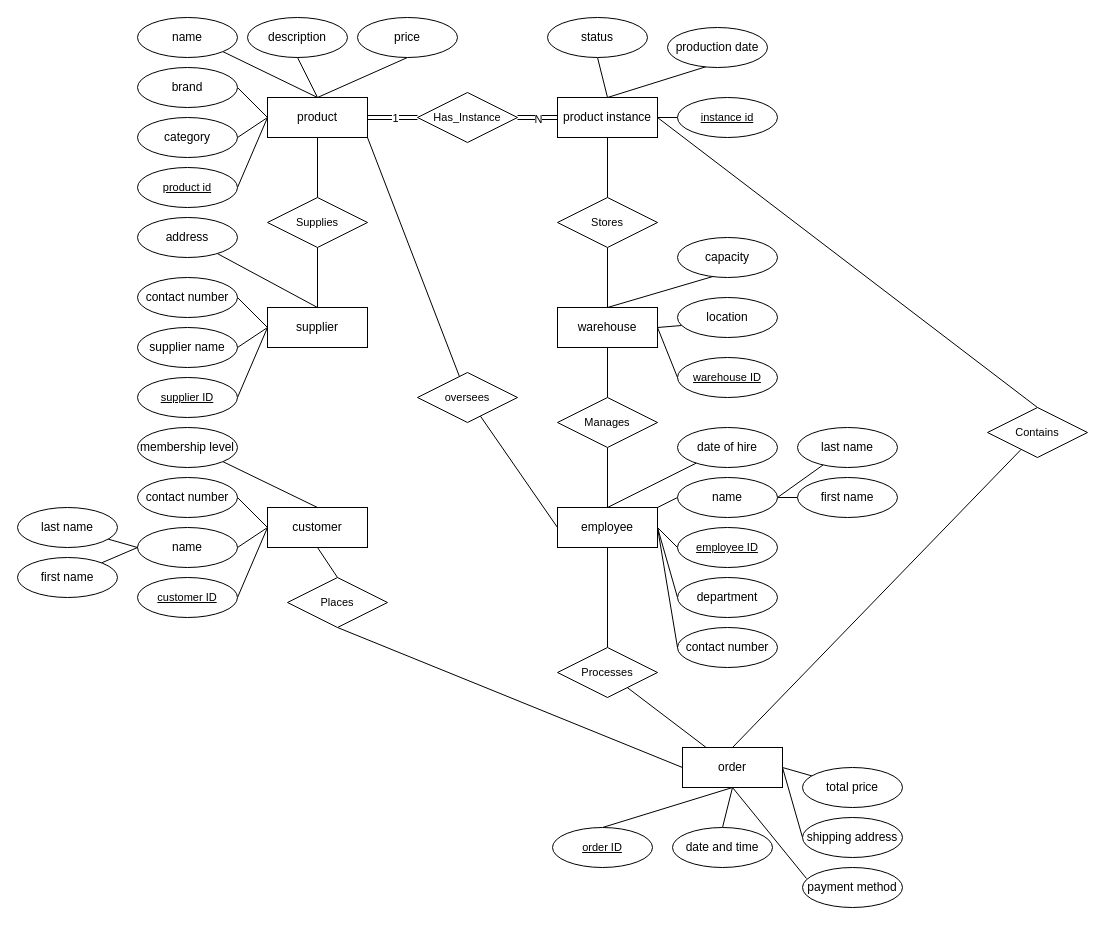
The draw.io diagram ERD/a1q1.drawio in Yixuan519Lu/COMP9311, before the edit. Source tidied: cells renumbered, new cells numbered last; positions are measured from the earlier drawing's top-left corner, leaving out a move shared by most shapes. Both pictures are drawn from the tidied source at 100%, with x=0, y=0 at pixel (17, 17).
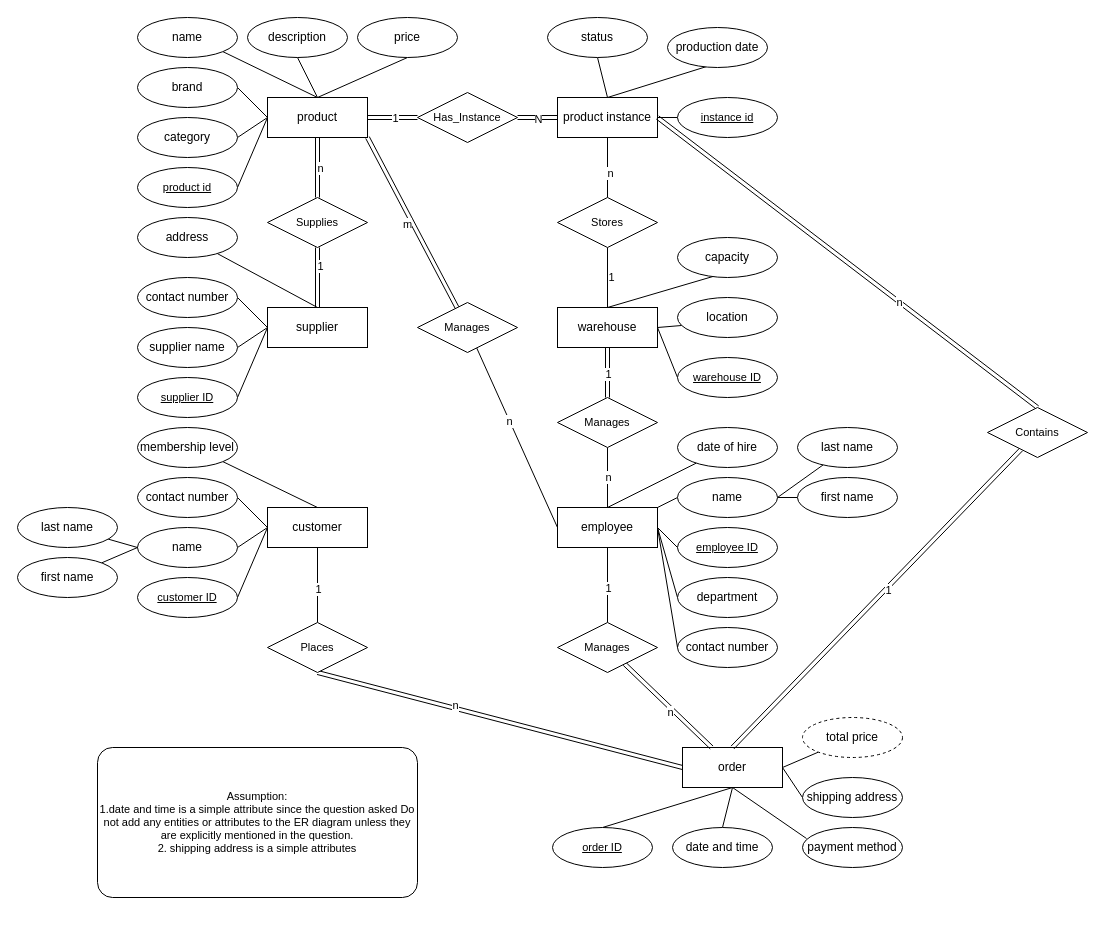
After the change.

The change refers to these unchanged cells:
```xml
<mxCell id="2" value="product" style="whiteSpace=wrap;html=1;align=center;" parent="1" vertex="1">
  <mxGeometry x="250" y="80" width="100" height="40" as="geometry" />
</mxCell>
<mxCell id="22" value="warehouse" style="whiteSpace=wrap;html=1;align=center;" parent="1" vertex="1">
  <mxGeometry x="540" y="290" width="100" height="40" as="geometry" />
</mxCell>
<mxCell id="29" value="supplier" style="whiteSpace=wrap;html=1;align=center;" parent="1" vertex="1">
  <mxGeometry x="250" y="290" width="100" height="40" as="geometry" />
</mxCell>
<mxCell id="47" value="order" style="whiteSpace=wrap;html=1;align=center;" parent="1" vertex="1">
  <mxGeometry x="665" y="730" width="100" height="40" as="geometry" />
</mxCell>
<mxCell id="83" value="Supplies" style="shape=rhombus;perimeter=rhombusPerimeter;whiteSpace=wrap;html=1;align=center;fontFamily=Helvetica;fontSize=11;fontColor=default;labelBackgroundColor=default;" parent="1" vertex="1">
  <mxGeometry x="250" y="180" width="100" height="50" as="geometry" />
</mxCell>
<mxCell id="84" style="edgeStyle=none;rounded=0;jumpStyle=none;jettySize=auto;html=1;entryX=0.5;entryY=1;entryDx=0;entryDy=0;strokeColor=default;align=center;verticalAlign=middle;fontFamily=Helvetica;fontSize=11;fontColor=default;labelBackgroundColor=default;endArrow=none;endFill=0;exitX=0.5;exitY=0;exitDx=0;exitDy=0;" parent="1" edge="1" source="86" target="38">
  <mxGeometry relative="1" as="geometry" />
</mxCell>
<mxCell id="88" style="edgeStyle=none;rounded=0;jumpStyle=none;jettySize=auto;html=1;entryX=0.5;entryY=1;entryDx=0;entryDy=0;strokeColor=default;align=center;verticalAlign=middle;fontFamily=Helvetica;fontSize=11;fontColor=default;labelBackgroundColor=default;endArrow=none;endFill=0;" parent="1" edge="1" source="89" target="62">
  <mxGeometry relative="1" as="geometry" />
</mxCell>
<mxCell id="91" style="edgeStyle=none;rounded=0;jumpStyle=none;jettySize=auto;html=1;entryX=0.5;entryY=0;entryDx=0;entryDy=0;strokeColor=default;align=center;verticalAlign=middle;fontFamily=Helvetica;fontSize=11;fontColor=default;labelBackgroundColor=default;endArrow=none;endFill=0;" parent="1" edge="1" source="92" target="62">
  <mxGeometry relative="1" as="geometry" />
</mxCell>
<mxCell id="92" value="Manages" style="shape=rhombus;perimeter=rhombusPerimeter;whiteSpace=wrap;html=1;align=center;fontFamily=Helvetica;fontSize=11;fontColor=default;labelBackgroundColor=default;" parent="1" vertex="1">
  <mxGeometry x="540" y="380" width="100" height="50" as="geometry" />
</mxCell>
<mxCell id="93" style="edgeStyle=none;rounded=0;jumpStyle=none;jettySize=auto;html=1;entryX=0.5;entryY=1;entryDx=0;entryDy=0;strokeColor=default;align=center;verticalAlign=middle;fontFamily=Helvetica;fontSize=11;fontColor=default;labelBackgroundColor=default;endArrow=none;endFill=0;" parent="1" edge="1" source="95" target="15">
  <mxGeometry relative="1" as="geometry" />
</mxCell>
<mxCell id="94" style="edgeStyle=none;rounded=0;jumpStyle=none;jettySize=auto;html=1;entryX=0.5;entryY=0;entryDx=0;entryDy=0;strokeColor=default;align=center;verticalAlign=middle;fontFamily=Helvetica;fontSize=11;fontColor=default;labelBackgroundColor=default;endArrow=none;endFill=0;" parent="1" edge="1" source="95" target="22">
  <mxGeometry relative="1" as="geometry" />
</mxCell>
<mxCell id="99" value="Contains" style="shape=rhombus;perimeter=rhombusPerimeter;whiteSpace=wrap;html=1;align=center;fontFamily=Helvetica;fontSize=11;fontColor=default;labelBackgroundColor=default;" parent="1" vertex="1">
  <mxGeometry x="970" y="390" width="100" height="50" as="geometry" />
</mxCell>
<mxCell id="100" style="edgeStyle=none;rounded=0;jumpStyle=none;jettySize=auto;html=1;entryX=0;entryY=0.5;entryDx=0;entryDy=0;strokeColor=default;align=center;verticalAlign=middle;fontFamily=Helvetica;fontSize=11;fontColor=default;labelBackgroundColor=default;endArrow=none;endFill=0;" parent="1" edge="1" source="102" target="62">
  <mxGeometry relative="1" as="geometry" />
</mxCell>
```

Change to the diagram source:
```diff
@@
     <mxCell id="49" value="shipping address" style="ellipse;whiteSpace=wrap;html=1;align=center;" parent="1" vertex="1">
-      <mxGeometry x="785" y="800" width="100" height="40" as="geometry" />
+      <mxGeometry x="785" y="760" width="100" height="40" as="geometry" />
     </mxCell>
@@
     <mxCell id="51" value="payment method" style="ellipse;whiteSpace=wrap;html=1;align=center;" parent="1" vertex="1">
-      <mxGeometry x="785" y="850" width="100" height="40" as="geometry" />
+      <mxGeometry x="785" y="810" width="100" height="40" as="geometry" />
     </mxCell>
@@
-    <mxCell id="61" value="total price" style="ellipse;whiteSpace=wrap;html=1;align=center;" parent="1" vertex="1">
-      <mxGeometry x="785" y="750" width="100" height="40" as="geometry" />
+    <mxCell id="61" value="total price" style="ellipse;whiteSpace=wrap;html=1;align=center;dashed=1;" parent="1" vertex="1">
+      <mxGeometry x="785" y="700" width="100" height="40" as="geometry" />
     </mxCell>
@@
-    <mxCell id="81" style="edgeStyle=none;rounded=0;jumpStyle=none;jettySize=auto;html=1;entryX=0.5;entryY=0;entryDx=0;entryDy=0;strokeColor=default;align=center;verticalAlign=middle;fontFamily=Helvetica;fontSize=11;fontColor=default;labelBackgroundColor=default;endArrow=none;endFill=0;" parent="1" edge="1" source="83" target="29">
+    <mxCell id="81" style="edgeStyle=none;rounded=0;jumpStyle=none;jettySize=auto;html=1;entryX=0.5;entryY=0;entryDx=0;entryDy=0;strokeColor=default;align=center;verticalAlign=middle;fontFamily=Helvetica;fontSize=11;fontColor=default;labelBackgroundColor=default;endArrow=none;endFill=0;shape=link;" parent="1" edge="1" source="83" target="29">
       <mxGeometry relative="1" as="geometry" />
     </mxCell>
+    <mxCell id="103" value="1" style="edgeLabel;html=1;align=center;verticalAlign=middle;fontFamily=Helvetica;fontSize=11;fontColor=default;labelBackgroundColor=default;" parent="81" vertex="1">
+      <mxGeometry x="-0.4" y="2" relative="1" as="geometry" />
+    </mxCell>
-    <mxCell id="82" style="edgeStyle=none;rounded=0;jumpStyle=none;jettySize=auto;html=1;entryX=0.5;entryY=1;entryDx=0;entryDy=0;strokeColor=default;align=center;verticalAlign=middle;fontFamily=Helvetica;fontSize=11;fontColor=default;labelBackgroundColor=default;endArrow=none;endFill=0;" parent="1" edge="1" source="83" target="2">
+    <mxCell id="82" style="edgeStyle=none;rounded=0;jumpStyle=none;jettySize=auto;html=1;entryX=0.5;entryY=1;entryDx=0;entryDy=0;strokeColor=default;align=center;verticalAlign=middle;fontFamily=Helvetica;fontSize=11;fontColor=default;labelBackgroundColor=default;endArrow=none;endFill=0;shape=link;" parent="1" edge="1" source="83" target="2">
       <mxGeometry relative="1" as="geometry" />
     </mxCell>
+    <mxCell id="104" value="n" style="edgeLabel;html=1;align=center;verticalAlign=middle;fontFamily=Helvetica;fontSize=11;fontColor=default;labelBackgroundColor=default;" parent="82" vertex="1">
+      <mxGeometry y="-2" relative="1" as="geometry" />
+    </mxCell>
@@
+    <mxCell id="105" value="1" style="edgeLabel;html=1;align=center;verticalAlign=middle;fontFamily=Helvetica;fontSize=11;fontColor=default;labelBackgroundColor=default;" parent="84" vertex="1">
+      <mxGeometry x="-0.09" relative="1" as="geometry" />
+    </mxCell>
-    <mxCell id="85" style="edgeStyle=none;rounded=0;jumpStyle=none;jettySize=auto;html=1;entryX=0;entryY=0.5;entryDx=0;entryDy=0;strokeColor=default;align=center;verticalAlign=middle;fontFamily=Helvetica;fontSize=11;fontColor=default;labelBackgroundColor=default;endArrow=none;endFill=0;exitX=0.5;exitY=1;exitDx=0;exitDy=0;" parent="1" edge="1" source="86" target="47">
+    <mxCell id="85" style="edgeStyle=none;rounded=0;jumpStyle=none;jettySize=auto;html=1;entryX=0;entryY=0.5;entryDx=0;entryDy=0;strokeColor=default;align=center;verticalAlign=middle;fontFamily=Helvetica;fontSize=11;fontColor=default;labelBackgroundColor=default;endArrow=none;endFill=0;exitX=0.5;exitY=1;exitDx=0;exitDy=0;shape=link;" parent="1" edge="1" source="86" target="47">
       <mxGeometry relative="1" as="geometry" />
     </mxCell>
+    <mxCell id="106" value="n" style="edgeLabel;html=1;align=center;verticalAlign=middle;fontFamily=Helvetica;fontSize=11;fontColor=default;labelBackgroundColor=default;" parent="85" vertex="1">
+      <mxGeometry x="-0.25" y="3" relative="1" as="geometry" />
+    </mxCell>
     <mxCell id="86" value="Places" style="shape=rhombus;perimeter=rhombusPerimeter;whiteSpace=wrap;html=1;align=center;fontFamily=Helvetica;fontSize=11;fontColor=default;labelBackgroundColor=default;" parent="1" vertex="1">
-      <mxGeometry x="270" y="560" width="100" height="50" as="geometry" />
+      <mxGeometry x="250" y="605" width="100" height="50" as="geometry" />
     </mxCell>
-    <mxCell id="87" style="edgeStyle=none;rounded=0;jumpStyle=none;jettySize=auto;html=1;strokeColor=default;align=center;verticalAlign=middle;fontFamily=Helvetica;fontSize=11;fontColor=default;labelBackgroundColor=default;endArrow=none;endFill=0;" parent="1" edge="1" source="89" target="47">
+    <mxCell id="87" style="edgeStyle=none;rounded=0;jumpStyle=none;jettySize=auto;html=1;strokeColor=default;align=center;verticalAlign=middle;fontFamily=Helvetica;fontSize=11;fontColor=default;labelBackgroundColor=default;endArrow=none;endFill=0;shape=link;" parent="1" edge="1" source="89" target="47">
       <mxGeometry relative="1" as="geometry" />
     </mxCell>
+    <mxCell id="107" value="n" style="edgeLabel;html=1;align=center;verticalAlign=middle;fontFamily=Helvetica;fontSize=11;fontColor=default;labelBackgroundColor=default;" parent="87" vertex="1">
+      <mxGeometry x="0.09" y="-3" relative="1" as="geometry" />
+    </mxCell>
@@
+    <mxCell id="108" value="1" style="edgeLabel;html=1;align=center;verticalAlign=middle;fontFamily=Helvetica;fontSize=11;fontColor=default;labelBackgroundColor=default;" parent="88" vertex="1">
+      <mxGeometry x="0.28" relative="1" as="geometry">
+        <mxPoint y="13" as="offset" />
+      </mxGeometry>
+    </mxCell>
-    <mxCell id="89" value="Processes" style="shape=rhombus;perimeter=rhombusPerimeter;whiteSpace=wrap;html=1;align=center;fontFamily=Helvetica;fontSize=11;fontColor=default;labelBackgroundColor=default;" parent="1" vertex="1">
-      <mxGeometry x="540" y="630" width="100" height="50" as="geometry" />
+    <mxCell id="89" value="Manages" style="shape=rhombus;perimeter=rhombusPerimeter;whiteSpace=wrap;html=1;align=center;fontFamily=Helvetica;fontSize=11;fontColor=default;labelBackgroundColor=default;" parent="1" vertex="1">
+      <mxGeometry x="540" y="605" width="100" height="50" as="geometry" />
     </mxCell>
-    <mxCell id="90" style="edgeStyle=none;rounded=0;jumpStyle=none;jettySize=auto;html=1;entryX=0.5;entryY=1;entryDx=0;entryDy=0;strokeColor=default;align=center;verticalAlign=middle;fontFamily=Helvetica;fontSize=11;fontColor=default;labelBackgroundColor=default;endArrow=none;endFill=0;" parent="1" edge="1" source="92" target="22">
-      <mxGeometry relative="1" as="geometry" />
+    <mxCell id="90" style="edgeStyle=none;rounded=0;jumpStyle=none;jettySize=auto;html=1;strokeColor=default;align=center;verticalAlign=middle;fontFamily=Helvetica;fontSize=11;fontColor=default;labelBackgroundColor=default;endArrow=none;endFill=0;shape=link;" parent="1" edge="1" source="92">
+      <mxGeometry relative="1" as="geometry">
+        <mxPoint x="590" y="330" as="targetPoint" />
+      </mxGeometry>
     </mxCell>
+    <mxCell id="109" value="1" style="edgeLabel;html=1;align=center;verticalAlign=middle;fontFamily=Helvetica;fontSize=11;fontColor=default;labelBackgroundColor=default;" parent="90" vertex="1">
+      <mxGeometry x="-0.04" y="-4" relative="1" as="geometry">
+        <mxPoint x="-4" as="offset" />
+      </mxGeometry>
+    </mxCell>
@@
+    <mxCell id="110" value="n" style="edgeLabel;html=1;align=center;verticalAlign=middle;fontFamily=Helvetica;fontSize=11;fontColor=default;labelBackgroundColor=default;" parent="91" vertex="1">
+      <mxGeometry x="-0.03" relative="1" as="geometry" />
+    </mxCell>
@@
+    <mxCell id="111" value="n" style="edgeLabel;html=1;align=center;verticalAlign=middle;fontFamily=Helvetica;fontSize=11;fontColor=default;labelBackgroundColor=default;" parent="93" vertex="1">
+      <mxGeometry x="-0.17" y="-2" relative="1" as="geometry" />
+    </mxCell>
@@
+    <mxCell id="112" value="1" style="edgeLabel;html=1;align=center;verticalAlign=middle;fontFamily=Helvetica;fontSize=11;fontColor=default;labelBackgroundColor=default;" parent="94" vertex="1">
+      <mxGeometry x="-0.03" y="3" relative="1" as="geometry" />
+    </mxCell>
@@
-    <mxCell id="97" style="edgeStyle=none;rounded=0;jumpStyle=none;jettySize=auto;html=1;entryX=0.5;entryY=0;entryDx=0;entryDy=0;strokeColor=default;align=center;verticalAlign=middle;fontFamily=Helvetica;fontSize=11;fontColor=default;labelBackgroundColor=default;endArrow=none;endFill=0;" parent="1" edge="1" source="99" target="47">
+    <mxCell id="97" style="edgeStyle=none;rounded=0;jumpStyle=none;jettySize=auto;html=1;entryX=0.5;entryY=0;entryDx=0;entryDy=0;strokeColor=default;align=center;verticalAlign=middle;fontFamily=Helvetica;fontSize=11;fontColor=default;labelBackgroundColor=default;endArrow=none;endFill=0;shape=link;" parent="1" edge="1" source="99" target="47">
       <mxGeometry relative="1" as="geometry" />
     </mxCell>
+    <mxCell id="113" value="1" style="edgeLabel;html=1;align=center;verticalAlign=middle;fontFamily=Helvetica;fontSize=11;fontColor=default;labelBackgroundColor=default;" parent="97" vertex="1">
+      <mxGeometry x="-0.07" y="1" relative="1" as="geometry">
+        <mxPoint y="1" as="offset" />
+      </mxGeometry>
+    </mxCell>
-    <mxCell id="98" style="edgeStyle=none;rounded=0;jumpStyle=none;jettySize=auto;html=1;strokeColor=default;align=center;verticalAlign=middle;fontFamily=Helvetica;fontSize=11;fontColor=default;labelBackgroundColor=default;endArrow=none;endFill=0;exitX=0.5;exitY=0;exitDx=0;exitDy=0;" parent="1" edge="1" source="99">
+    <mxCell id="98" style="edgeStyle=none;rounded=0;jumpStyle=none;jettySize=auto;html=1;strokeColor=default;align=center;verticalAlign=middle;fontFamily=Helvetica;fontSize=11;fontColor=default;labelBackgroundColor=default;endArrow=none;endFill=0;exitX=0.5;exitY=0;exitDx=0;exitDy=0;shape=link;" parent="1" edge="1" source="99">
       <mxGeometry relative="1" as="geometry">
         <mxPoint x="640" y="100" as="targetPoint" />
       </mxGeometry>
     </mxCell>
+    <mxCell id="114" value="n" style="edgeLabel;html=1;align=center;verticalAlign=middle;fontFamily=Helvetica;fontSize=11;fontColor=default;labelBackgroundColor=default;" parent="98" vertex="1">
+      <mxGeometry x="-0.27" relative="1" as="geometry" />
+    </mxCell>
@@
+    <mxCell id="115" value="n" style="edgeLabel;html=1;align=center;verticalAlign=middle;fontFamily=Helvetica;fontSize=11;fontColor=default;labelBackgroundColor=default;" parent="100" vertex="1">
+      <mxGeometry x="-0.19" y="-1" relative="1" as="geometry" />
+    </mxCell>
-    <mxCell id="101" style="edgeStyle=none;rounded=0;jumpStyle=none;jettySize=auto;html=1;entryX=1;entryY=1;entryDx=0;entryDy=0;strokeColor=default;align=center;verticalAlign=middle;fontFamily=Helvetica;fontSize=11;fontColor=default;labelBackgroundColor=default;endArrow=none;endFill=0;" parent="1" edge="1" source="102" target="2">
+    <mxCell id="101" style="edgeStyle=none;rounded=0;jumpStyle=none;jettySize=auto;html=1;entryX=1;entryY=1;entryDx=0;entryDy=0;strokeColor=default;align=center;verticalAlign=middle;fontFamily=Helvetica;fontSize=11;fontColor=default;labelBackgroundColor=default;endArrow=none;endFill=0;shape=link;" parent="1" edge="1" source="102" target="2">
       <mxGeometry relative="1" as="geometry" />
     </mxCell>
+    <mxCell id="116" value="m" style="edgeLabel;html=1;align=center;verticalAlign=middle;fontFamily=Helvetica;fontSize=11;fontColor=default;labelBackgroundColor=default;" parent="101" vertex="1">
+      <mxGeometry x="0.01" y="5" relative="1" as="geometry" />
+    </mxCell>
-    <mxCell id="102" value="oversees" style="shape=rhombus;perimeter=rhombusPerimeter;whiteSpace=wrap;html=1;align=center;fontFamily=Helvetica;fontSize=11;fontColor=default;labelBackgroundColor=default;" parent="1" vertex="1">
-      <mxGeometry x="400" y="355" width="100" height="50" as="geometry" />
+    <mxCell id="102" value="Manages" style="shape=rhombus;perimeter=rhombusPerimeter;whiteSpace=wrap;html=1;align=center;fontFamily=Helvetica;fontSize=11;fontColor=default;labelBackgroundColor=default;" parent="1" vertex="1">
+      <mxGeometry x="400" y="285" width="100" height="50" as="geometry" />
     </mxCell>
+    <mxCell id="117" value="Assumption: &lt;br&gt;1.date and time is a simple attribute since the question asked&amp;nbsp;Do not add any entities or attributes to the ER diagram unless they are explicitly mentioned in the question.&lt;br&gt;2. shipping address is a simple attributes" style="rounded=1;arcSize=10;whiteSpace=wrap;html=1;align=center;fontFamily=Helvetica;fontSize=11;fontColor=default;labelBackgroundColor=default;" parent="1" vertex="1">
+      <mxGeometry x="80" y="730" width="320" height="150" as="geometry" />
+    </mxCell>
```
